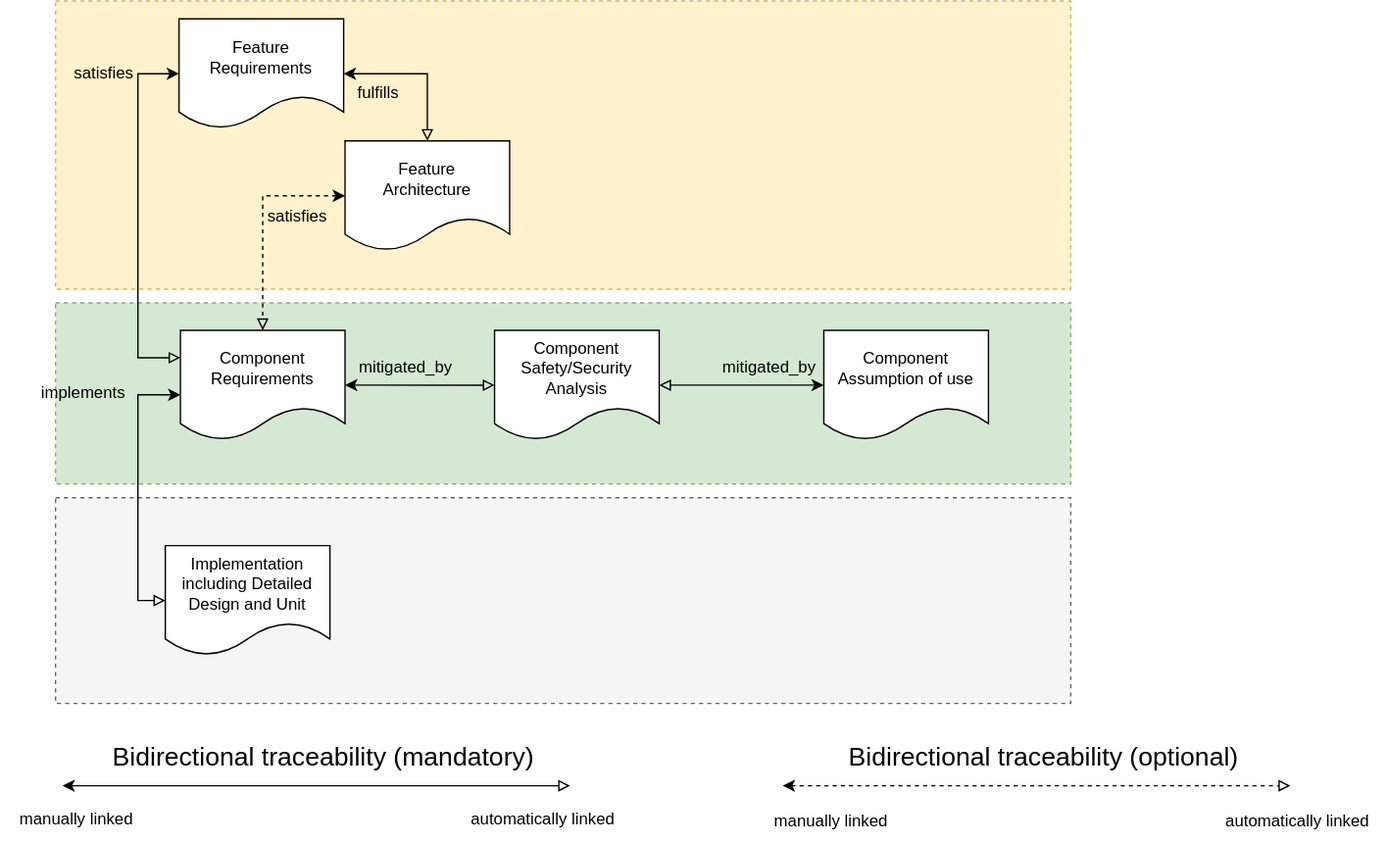
This is main/_images/score_traceability_model_cmp_overview_3.drawio.svg from PiotrKorkus/reference_integration, a draw.io export, as it was before one commit. Source tidied: cells renumbered, new cells last; positions are measured from the earlier drawing's top-left corner, leaving out a move shared by most shapes.
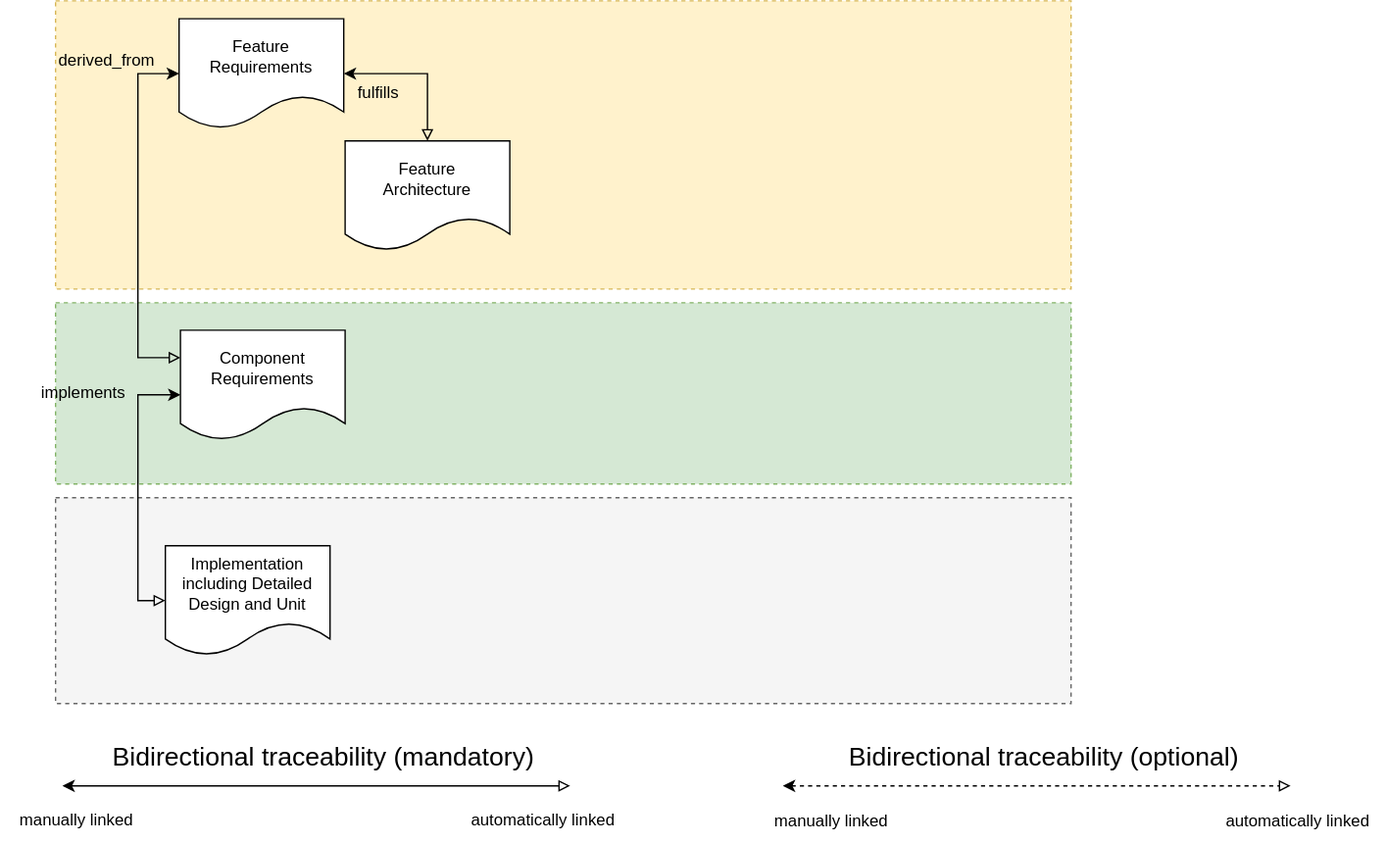
After the change.

Change to the diagram source:
```diff
@@ -8,9 +8,6 @@
     <mxCell id="3" style="rounded=0;whiteSpace=wrap;html=1;dashed=1;fillColor=#d5e8d4;strokeColor=#82b366;" parent="1" vertex="1">
       <mxGeometry x="40" y="220" width="740" height="132" as="geometry" />
     </mxCell>
-    <mxCell id="4" value="Component Assumption of use" style="shape=document;whiteSpace=wrap;html=1;boundedLbl=1;" parent="1" vertex="1">
-      <mxGeometry x="600" y="240" width="120" height="80" as="geometry" />
-    </mxCell>
     <mxCell id="5" value="Feature Requirements" style="shape=document;whiteSpace=wrap;html=1;boundedLbl=1;" parent="1" vertex="1">
       <mxGeometry x="130" y="13" width="120" height="80" as="geometry" />
     </mxCell>
@@ -22,29 +19,12 @@
         </Array>
       </mxGeometry>
     </mxCell>
-    <mxCell id="7" style="edgeStyle=orthogonalEdgeStyle;rounded=0;jettySize=auto;html=1;entryX=0;entryY=0.5;entryDx=0;entryDy=0;exitX=1;exitY=0.5;exitDx=0;exitDy=0;startArrow=classic;startFill=1;endArrow=block;endFill=0;" parent="1" edge="1" source="8" target="10">
-      <mxGeometry x="0.41" relative="1" as="geometry">
-        <Array as="points">
-          <mxPoint x="360" y="280" />
-          <mxPoint x="360" y="280" />
-        </Array>
-      </mxGeometry>
-    </mxCell>
     <mxCell id="8" value="Component Requirements" style="shape=document;whiteSpace=wrap;html=1;boundedLbl=1;" parent="1" vertex="1">
       <mxGeometry x="131" y="240" width="120" height="80" as="geometry" />
     </mxCell>
     <mxCell id="9" style="edgeStyle=orthogonalEdgeStyle;rounded=0;jettySize=auto;html=1;entryX=1;entryY=0.5;entryDx=0;entryDy=0;exitX=0.5;exitY=0;exitDx=0;exitDy=0;startArrow=block;startFill=0;" parent="1" edge="1" source="13" target="5">
       <mxGeometry relative="1" as="geometry" />
     </mxCell>
-    <mxCell id="10" value="Component&lt;br&gt;Safety/Security Analysis" style="shape=document;whiteSpace=wrap;html=1;boundedLbl=1;" parent="1" vertex="1">
-      <mxGeometry x="360" y="240" width="120" height="80" as="geometry" />
-    </mxCell>
-    <mxCell id="11" style="edgeStyle=orthogonalEdgeStyle;rounded=0;jettySize=auto;html=1;startArrow=classic;startFill=1;entryX=1;entryY=0.5;entryDx=0;entryDy=0;exitX=0;exitY=0.5;exitDx=0;exitDy=0;endArrow=block;endFill=0;" parent="1" edge="1" source="4" target="10">
-      <mxGeometry relative="1" as="geometry" />
-    </mxCell>
-    <mxCell id="12" style="edgeStyle=orthogonalEdgeStyle;rounded=0;jettySize=auto;html=1;entryX=0.5;entryY=0;entryDx=0;entryDy=0;startArrow=classic;startFill=1;exitX=0;exitY=0.5;exitDx=0;exitDy=0;dashed=1;endArrow=block;endFill=0;" parent="1" edge="1" source="13" target="8">
-      <mxGeometry relative="1" as="geometry" />
-    </mxCell>
     <mxCell id="13" value="Feature&lt;br&gt;Architecture" style="shape=document;whiteSpace=wrap;html=1;boundedLbl=1;" parent="1" vertex="1">
       <mxGeometry x="251" y="102" width="120" height="80" as="geometry" />
     </mxCell>
@@ -99,20 +79,11 @@
     <mxCell id="26" value="implements" style="text;html=1;align=center;verticalAlign=middle;strokeColor=none;fillColor=none;" parent="1" vertex="1">
       <mxGeometry x="20" y="271" width="80" height="30" as="geometry" />
     </mxCell>
-    <mxCell id="27" value="satisfies" style="text;html=1;align=center;verticalAlign=middle;strokeColor=none;fillColor=none;" parent="1" vertex="1">
-      <mxGeometry x="40" y="38" width="70" height="30" as="geometry" />
+    <mxCell id="27" value="derived_from" style="text;html=1;align=center;verticalAlign=middle;strokeColor=none;fillColor=none;" parent="1" vertex="1">
+      <mxGeometry x="32" y="29" width="90" height="30" as="geometry" />
     </mxCell>
     <mxCell id="28" value="fulfills" style="text;html=1;align=center;verticalAlign=middle;strokeColor=none;fillColor=none;" parent="1" vertex="1">
       <mxGeometry x="250" y="52" width="50" height="30" as="geometry" />
     </mxCell>
-    <mxCell id="29" value="satisfies" style="text;html=1;align=center;verticalAlign=middle;strokeColor=none;fillColor=none;" parent="1" vertex="1">
-      <mxGeometry x="181" y="142" width="70" height="30" as="geometry" />
-    </mxCell>
-    <mxCell id="30" value="mitigated_by" style="text;html=1;align=center;verticalAlign=middle;strokeColor=none;fillColor=none;" parent="1" vertex="1">
-      <mxGeometry x="250" y="252" width="90" height="30" as="geometry" />
-    </mxCell>
-    <mxCell id="31" value="mitigated_by" style="text;html=1;align=center;verticalAlign=middle;strokeColor=none;fillColor=none;" parent="1" vertex="1">
-      <mxGeometry x="515" y="252" width="90" height="30" as="geometry" />
-    </mxCell>
   </root>
 </mxGraphModel>
```
